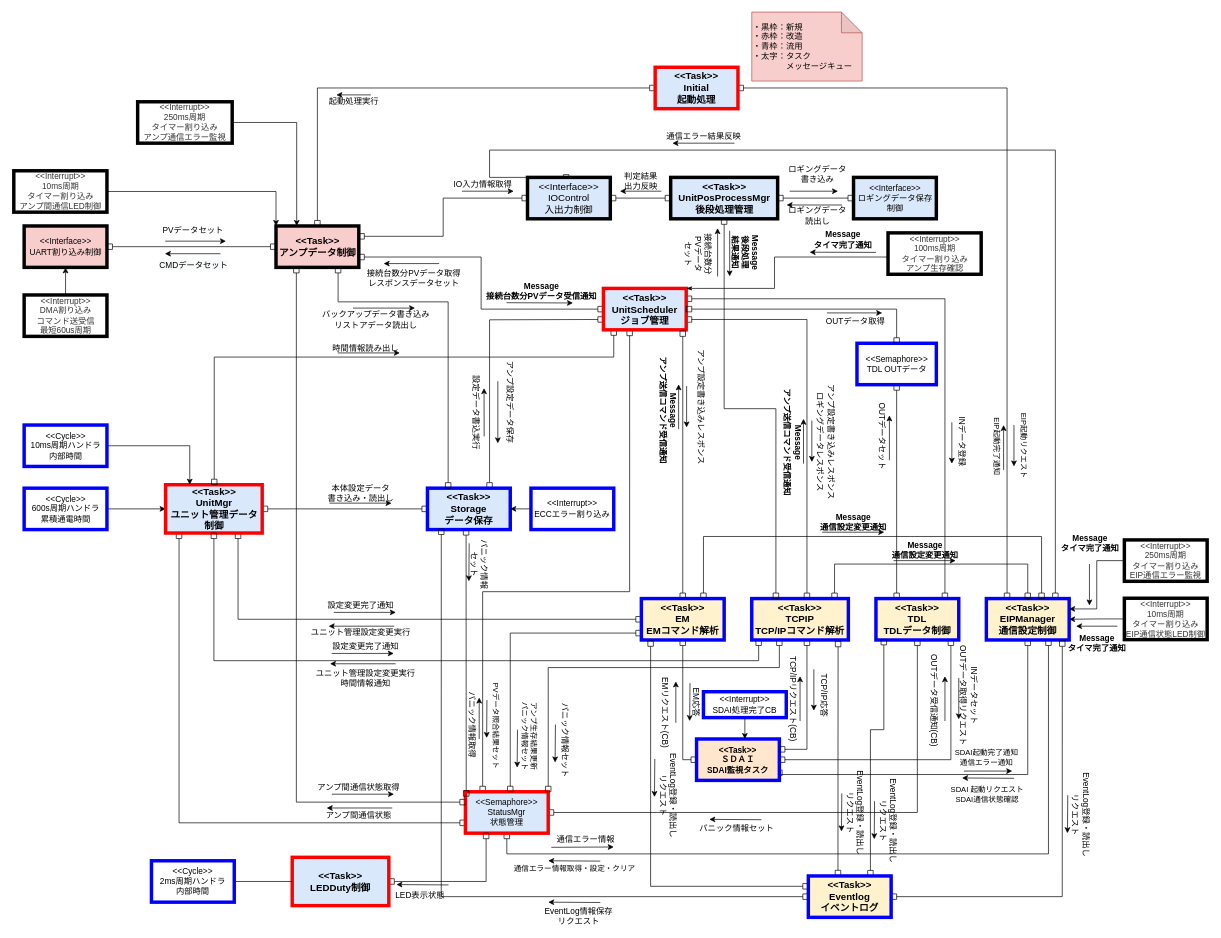
This is page "RevC_動的構造" (4 of 4) of NWユニット_アーキテクチャ図.drawio from YutaSuzukiGARI/nwunit, a draw.io file, before an edit. Source tidied: cells renumbered, new cells numbered last; positions are measured from the earlier drawing's top-left corner, leaving out a move shared by most shapes. Both pictures are drawn from the tidied source at 69%, with x=0, y=0 at pixel (13, 12).
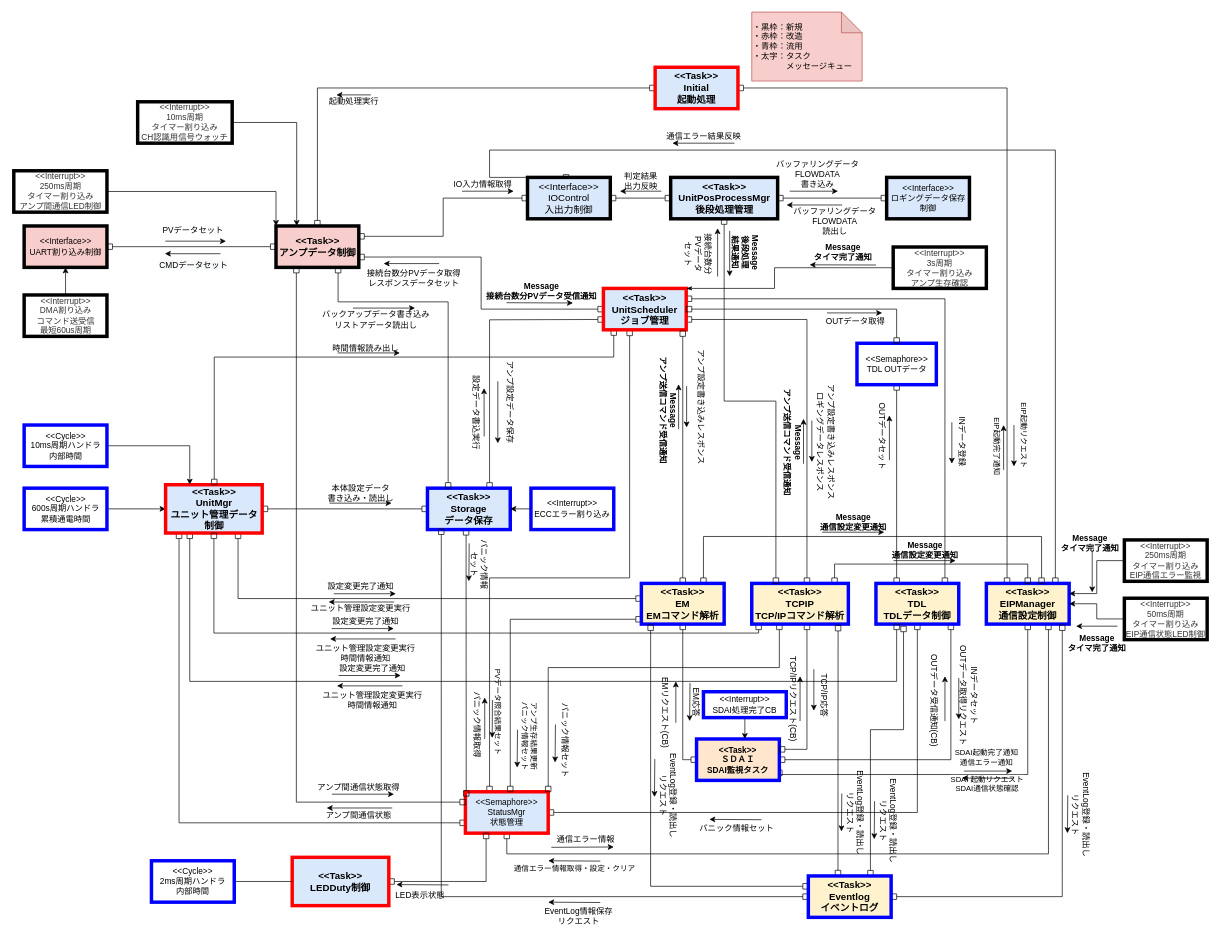
After the change.

The change refers to these unchanged cells:
```xml
<mxCell id="33" value="&amp;lt;&amp;lt;Task&amp;gt;&amp;gt;&lt;br style=&quot;font-size: 14px&quot;&gt;UnitMgr&lt;br&gt;ユニット管理データ制御" style="rounded=0;whiteSpace=wrap;html=1;fillColor=#dae8fc;strokeColor=#FF0000;strokeWidth=5;fontStyle=1;fontSize=14;" parent="1" vertex="1">
  <mxGeometry x="220.5" y="685" width="140" height="70" as="geometry" />
</mxCell>
<mxCell id="35" value="&amp;lt;&amp;lt;Semaphore&amp;gt;&amp;gt;&lt;br&gt;StatusMgr&lt;br&gt;状態管理" style="rounded=0;whiteSpace=wrap;html=1;fillColor=#dae8fc;strokeColor=#FF0000;strokeWidth=5;" parent="1" vertex="1">
  <mxGeometry x="655" y="1130" width="120" height="60" as="geometry" />
</mxCell>
<mxCell id="77" value="&lt;span style=&quot;font-size: 14px ; font-weight: 700&quot;&gt;&amp;lt;&amp;lt;Task&amp;gt;&amp;gt;&lt;/span&gt;&lt;br style=&quot;font-size: 14px ; font-weight: 700&quot;&gt;&lt;span style=&quot;font-size: 14px ; font-weight: 700&quot;&gt;UnitScheduler&lt;/span&gt;&lt;br style=&quot;font-size: 14px ; font-weight: 700&quot;&gt;&lt;span style=&quot;font-size: 14px ; font-weight: 700&quot;&gt;ジョブ管理&lt;/span&gt;" style="rounded=0;whiteSpace=wrap;html=1;fillColor=#dae8fc;strokeColor=#FF0000;strokeWidth=5;" parent="1" vertex="1">
  <mxGeometry x="855" y="400.5" width="120" height="60" as="geometry" />
</mxCell>
<mxCell id="128" value="&amp;lt;&amp;lt;Task&amp;gt;&amp;gt;&lt;br&gt;Eventlog&lt;br&gt;イベントログ" style="rounded=0;whiteSpace=wrap;html=1;fillColor=#fff2cc;strokeColor=#0000FF;strokeWidth=5;fontStyle=1;fontSize=14;" parent="1" vertex="1">
  <mxGeometry x="1152" y="1252" width="120" height="60" as="geometry" />
</mxCell>
```

What changed in the source:
```diff
@@
     <mxCell id="12" value="&amp;lt;&amp;lt;Task&amp;gt;&amp;gt;&lt;br&gt;EIPManager&lt;br style=&quot;font-size: 14px&quot;&gt;通信設定制御" style="rounded=0;whiteSpace=wrap;html=1;fillColor=#fff2cc;strokeColor=#0000FF;strokeWidth=5;fontStyle=1;fontSize=14;" parent="1" vertex="1">
-      <mxGeometry x="1410" y="850" width="120" height="60" as="geometry" />
+      <mxGeometry x="1410" y="828" width="120" height="59" as="geometry" />
     </mxCell>
     <mxCell id="13" style="edgeStyle=orthogonalEdgeStyle;rounded=0;jettySize=auto;html=1;entryX=0.75;entryY=1;entryDx=0;entryDy=0;startArrow=box;startFill=0;endArrow=box;endFill=0;" parent="1" edge="1" source="109" target="33">
-      <mxGeometry relative="1" as="geometry" />
+      <mxGeometry relative="1" as="geometry">
+        <Array as="points">
+          <mxPoint x="326" y="850" />
+        </Array>
+      </mxGeometry>
     </mxCell>
@@
     <mxCell id="17" style="edgeStyle=orthogonalEdgeStyle;rounded=0;jettySize=auto;html=1;startArrow=box;startFill=0;endArrow=box;endFill=0;exitX=0.317;exitY=1.008;exitDx=0;exitDy=0;exitPerimeter=0;" parent="1" edge="1" source="77" target="35">
       <mxGeometry relative="1" as="geometry">
         <Array as="points">
-          <mxPoint x="893" y="840" />
-          <mxPoint x="680" y="840" />
+          <mxPoint x="893" y="820" />
+          <mxPoint x="690" y="820" />
         </Array>
       </mxGeometry>
     </mxCell>
     <mxCell id="18" value="PVデータ照合結果セット" style="edgeLabel;html=1;align=center;verticalAlign=middle;rotation=90;" parent="17" vertex="1">
       <mxGeometry x="0.17" y="3" relative="1" as="geometry">
-        <mxPoint x="-56" y="190" as="offset" />
+        <mxPoint x="-39" y="190" as="offset" />
       </mxGeometry>
     </mxCell>
@@
     <mxCell id="22" value="&amp;lt;&amp;lt;Task&amp;gt;&amp;gt;&lt;br&gt;TDL&lt;br style=&quot;font-size: 14px&quot;&gt;TDLデータ制御" style="rounded=0;whiteSpace=wrap;html=1;fillColor=#fff2cc;strokeColor=#0000FF;strokeWidth=5;fontStyle=1;fontSize=14;" parent="1" vertex="1">
-      <mxGeometry x="1250" y="850" width="120" height="60" as="geometry" />
+      <mxGeometry x="1250" y="828" width="120" height="59" as="geometry" />
     </mxCell>
@@
+    <mxCell id="204" style="edgeStyle=orthogonalEdgeStyle;rounded=0;jettySize=auto;html=1;exitX=0.25;exitY=1;exitDx=0;exitDy=0;entryX=0.25;entryY=1;entryDx=0;entryDy=0;endArrow=box;endFill=0;startArrow=box;startFill=0;" parent="1" edge="1" source="33" target="22">
+      <mxGeometry relative="1" as="geometry">
+        <Array as="points">
+          <mxPoint x="256" y="970" />
+          <mxPoint x="1280" y="970" />
+        </Array>
+      </mxGeometry>
+    </mxCell>
@@
     <mxCell id="60" style="edgeStyle=orthogonalEdgeStyle;rounded=0;jettySize=auto;html=1;startArrow=box;startFill=0;endArrow=box;endFill=0;entryX=0.5;entryY=1;entryDx=0;entryDy=0;" parent="1" edge="1" source="63" target="33">
       <mxGeometry relative="1" as="geometry">
         <Array as="points">
-          <mxPoint x="1080" y="940" />
-          <mxPoint x="291" y="940" />
+          <mxPoint x="1080" y="900" />
+          <mxPoint x="290" y="900" />
         </Array>
       </mxGeometry>
     </mxCell>
@@
     <mxCell id="63" value="&amp;lt;&amp;lt;Task&amp;gt;&amp;gt;&lt;br&gt;TCPIP&lt;br style=&quot;font-size: 14px&quot;&gt;TCP/IPコマンド解析" style="rounded=0;whiteSpace=wrap;html=1;fillColor=#fff2cc;strokeColor=#0000FF;strokeWidth=5;fontStyle=1;fontSize=14;" parent="1" vertex="1">
-      <mxGeometry x="1070" y="850" width="140" height="60" as="geometry" />
+      <mxGeometry x="1070" y="828" width="140" height="59" as="geometry" />
     </mxCell>
@@
     <mxCell id="65" value="ユニット管理設定変更実行" style="text;html=1;align=center;verticalAlign=middle;" parent="1" vertex="1">
-      <mxGeometry x="423" y="890" width="160" height="20" as="geometry" />
+      <mxGeometry x="423" y="855" width="160" height="20" as="geometry" />
     </mxCell>
     <mxCell id="66" value="設定変更完了通知" style="text;html=1;align=center;verticalAlign=middle;" parent="1" vertex="1">
-      <mxGeometry x="448" y="850" width="110" height="20" as="geometry" />
+      <mxGeometry x="448" y="823" width="110" height="20" as="geometry" />
     </mxCell>
@@
     <mxCell id="81" style="endArrow=classic;html=1;fontColor=#FF3333;" parent="1" edge="1">
       <mxGeometry relative="1" as="geometry">
-        <mxPoint x="464.2" y="870" as="sourcePoint" />
-        <mxPoint x="554.2" y="870" as="targetPoint" />
+        <mxPoint x="464.2" y="843" as="sourcePoint" />
+        <mxPoint x="554.2" y="843" as="targetPoint" />
       </mxGeometry>
     </mxCell>
     <mxCell id="82" style="endArrow=classic;html=1;fontColor=#FF3333;" parent="1" edge="1">
       <mxGeometry relative="1" as="geometry">
-        <mxPoint x="551.8" y="890" as="sourcePoint" />
-        <mxPoint x="456.8" y="890" as="targetPoint" />
+        <mxPoint x="551.8" y="855" as="sourcePoint" />
+        <mxPoint x="456.8" y="855" as="targetPoint" />
       </mxGeometry>
     </mxCell>
     <mxCell id="83" value="ユニット管理設定変更実行&lt;br&gt;時間情報通知" style="text;html=1;align=center;verticalAlign=middle;" parent="1" vertex="1">
-      <mxGeometry x="430" y="950" width="160" height="30" as="geometry" />
+      <mxGeometry x="430" y="914" width="160" height="30" as="geometry" />
     </mxCell>
     <mxCell id="84" value="設定変更完了通知" style="text;html=1;align=center;verticalAlign=middle;" parent="1" vertex="1">
-      <mxGeometry x="455" y="909.5" width="110" height="20" as="geometry" />
+      <mxGeometry x="455" y="873.5" width="110" height="20" as="geometry" />
     </mxCell>
     <mxCell id="85" style="endArrow=classic;html=1;fontColor=#FF3333;" parent="1" edge="1">
       <mxGeometry relative="1" as="geometry">
-        <mxPoint x="461.2" y="929.5" as="sourcePoint" />
-        <mxPoint x="551.2" y="929.5" as="targetPoint" />
+        <mxPoint x="461.2" y="893.5" as="sourcePoint" />
+        <mxPoint x="551.2" y="893.5" as="targetPoint" />
       </mxGeometry>
     </mxCell>
     <mxCell id="86" style="endArrow=classic;html=1;fontColor=#FF3333;" parent="1" edge="1">
       <mxGeometry relative="1" as="geometry">
-        <mxPoint x="553.8" y="944.5" as="sourcePoint" />
-        <mxPoint x="458.8" y="944.5" as="targetPoint" />
+        <mxPoint x="553.8" y="908.5" as="sourcePoint" />
+        <mxPoint x="458.8" y="908.5" as="targetPoint" />
       </mxGeometry>
     </mxCell>
@@
     <mxCell id="107" style="edgeStyle=orthogonalEdgeStyle;rounded=0;jettySize=auto;html=1;startArrow=box;startFill=0;endArrow=box;endFill=0;" parent="1" edge="1" source="109" target="35">
       <mxGeometry relative="1" as="geometry">
         <Array as="points">
-          <mxPoint x="720" y="900" />
+          <mxPoint x="720" y="880" />
         </Array>
       </mxGeometry>
     </mxCell>
@@
     <mxCell id="109" value="&amp;lt;&amp;lt;Task&amp;gt;&amp;gt;&lt;br&gt;EM&lt;br style=&quot;font-size: 14px&quot;&gt;EMコマンド解析" style="rounded=0;whiteSpace=wrap;html=1;fillColor=#fff2cc;strokeColor=#0000FF;strokeWidth=5;fontStyle=1;fontSize=14;" parent="1" vertex="1">
-      <mxGeometry x="910" y="850" width="120" height="60" as="geometry" />
+      <mxGeometry x="910" y="828" width="120" height="59" as="geometry" />
     </mxCell>
     <mxCell id="110" style="endArrow=classic;html=1;fontColor=#FF3333;" parent="1" edge="1">
       <mxGeometry relative="1" as="geometry">
-        <mxPoint x="686.2" y="997" as="sourcePoint" />
-        <mxPoint x="685.8" y="1052" as="targetPoint" />
+        <mxPoint x="694.2" y="997" as="sourcePoint" />
+        <mxPoint x="693.8" y="1052" as="targetPoint" />
       </mxGeometry>
     </mxCell>
@@
-    <mxCell id="126" style="edgeStyle=orthogonalEdgeStyle;rounded=0;jettySize=auto;html=1;entryX=0.095;entryY=0.985;entryDx=0;entryDy=0;startArrow=box;startFill=0;endArrow=box;endFill=0;fontColor=#FF0000;entryPerimeter=0;exitX=0.75;exitY=0;exitDx=0;exitDy=0;" parent="1" edge="1" source="128" target="22">
+    <mxCell id="126" style="edgeStyle=orthogonalEdgeStyle;rounded=0;jettySize=auto;html=1;startArrow=box;startFill=0;endArrow=box;endFill=0;fontColor=#FF0000;exitX=0.75;exitY=0;exitDx=0;exitDy=0;entryX=0.333;entryY=1.051;entryDx=0;entryDy=0;entryPerimeter=0;" parent="1" edge="1" source="128" target="22">
       <mxGeometry relative="1" as="geometry">
         <Array as="points">
           <mxPoint x="1242" y="1040" />
-          <mxPoint x="1261" y="1040" />
+          <mxPoint x="1290" y="1040" />
         </Array>
       </mxGeometry>
     </mxCell>
@@
     <mxCell id="139" value="&amp;lt;&amp;lt;Interface&amp;gt;&amp;gt;&lt;br&gt;ロギングデータ保存制御" style="rounded=0;whiteSpace=wrap;html=1;fillColor=#dae8fc;strokeColor=#000000;strokeWidth=5;" parent="1" vertex="1">
-      <mxGeometry x="1217.5" y="239.6" width="120" height="60" as="geometry" />
+      <mxGeometry x="1265.5" y="239.6" width="120" height="60" as="geometry" />
     </mxCell>
-    <mxCell id="140" value="&lt;span style=&quot;font-family: &amp;#34;helvetica&amp;#34;&quot;&gt;ロギングデータ&lt;/span&gt;&lt;br style=&quot;font-family: &amp;#34;helvetica&amp;#34;&quot;&gt;&lt;span style=&quot;font-family: &amp;#34;helvetica&amp;#34;&quot;&gt;読出し&lt;/span&gt;" style="text;html=1;align=center;verticalAlign=middle;" parent="1" vertex="1">
-      <mxGeometry x="1115" y="280" width="100" height="30" as="geometry" />
+    <mxCell id="140" value="&lt;span style=&quot;font-family: &amp;quot;helvetica&amp;quot;&quot;&gt;バッファリングデータ&lt;/span&gt;&lt;div&gt;FLOWDATA&lt;br style=&quot;font-family: &amp;quot;helvetica&amp;quot;&quot;&gt;&lt;span style=&quot;font-family: &amp;quot;helvetica&amp;quot;&quot;&gt;読出し&lt;/span&gt;&lt;/div&gt;" style="text;html=1;align=center;verticalAlign=middle;" parent="1" vertex="1">
+      <mxGeometry x="1120" y="273" width="140" height="60" as="geometry" />
     </mxCell>
-    <mxCell id="141" value="&lt;span style=&quot;font-family: &amp;#34;helvetica&amp;#34;&quot;&gt;ロギングデータ&lt;/span&gt;&lt;br style=&quot;font-family: &amp;#34;helvetica&amp;#34;&quot;&gt;&lt;span style=&quot;font-family: &amp;#34;helvetica&amp;#34;&quot;&gt;書き込み&lt;/span&gt;" style="text;html=1;align=center;verticalAlign=middle;" parent="1" vertex="1">
-      <mxGeometry x="1115" y="220.4" width="100" height="30" as="geometry" />
+    <mxCell id="141" value="&lt;span style=&quot;font-family: &amp;quot;helvetica&amp;quot;&quot;&gt;バッファリングデータ&lt;/span&gt;&lt;div&gt;FLOWDATA&lt;br style=&quot;font-family: &amp;quot;helvetica&amp;quot;&quot;&gt;&lt;span style=&quot;font-family: &amp;quot;helvetica&amp;quot;&quot;&gt;書き込み&lt;/span&gt;&lt;/div&gt;" style="text;html=1;align=center;verticalAlign=middle;" parent="1" vertex="1">
+      <mxGeometry x="1095" y="205.4" width="140" height="60" as="geometry" />
     </mxCell>
@@
-    <mxCell id="154" value="&amp;lt;&amp;lt;Interrupt&amp;gt;&amp;gt;&lt;br&gt;10ms周期&lt;br&gt;タイマー割り込み&lt;br&gt;アンプ間通信LED制御" style="rounded=0;whiteSpace=wrap;html=1;fillColor=#FFFFFF;strokeColor=#000000;strokeWidth=5;fontColor=#333333;" parent="1" vertex="1">
+    <mxCell id="154" value="&amp;lt;&amp;lt;Interrupt&amp;gt;&amp;gt;&lt;br&gt;250ms周期&lt;br&gt;タイマー割り込み&lt;br&gt;アンプ間通信LED制御" style="rounded=0;whiteSpace=wrap;html=1;fillColor=#FFFFFF;strokeColor=#000000;strokeWidth=5;fontColor=#333333;" parent="1" vertex="1">
       <mxGeometry x="0.5" y="230" width="135" height="60" as="geometry" />
     </mxCell>
@@
-    <mxCell id="163" value="&amp;lt;&amp;lt;Interrupt&amp;gt;&amp;gt;&lt;br&gt;10ms周期&lt;br&gt;タイマー割り込み&lt;br&gt;EIP通信状態LED制御" style="rounded=0;whiteSpace=wrap;html=1;fillColor=#FFFFFF;strokeColor=#000000;strokeWidth=5;fontColor=#333333;" parent="1" vertex="1">
+    <mxCell id="163" value="&amp;lt;&amp;lt;Interrupt&amp;gt;&amp;gt;&lt;br&gt;50ms周期&lt;br&gt;タイマー割り込み&lt;br&gt;EIP通信状態LED制御" style="rounded=0;whiteSpace=wrap;html=1;fillColor=#FFFFFF;strokeColor=#000000;strokeWidth=5;fontColor=#333333;" parent="1" vertex="1">
       <mxGeometry x="1610" y="849.5" width="120" height="60" as="geometry" />
     </mxCell>
@@
     <mxCell id="166" style="edgeStyle=orthogonalEdgeStyle;rounded=0;jettySize=auto;html=1;entryX=1;entryY=0;entryDx=0;entryDy=0;fontSize=20;startArrow=none;startFill=0;endArrow=classicThin;endFill=1;" parent="1" edge="1" source="167" target="77">
       <mxGeometry relative="1" as="geometry">
         <Array as="points">
-          <mxPoint x="1103" y="355" />
+          <mxPoint x="1103" y="371" />
           <mxPoint x="1103" y="401" />
         </Array>
       </mxGeometry>
     </mxCell>
-    <mxCell id="167" value="&amp;lt;&amp;lt;Interrupt&amp;gt;&amp;gt;&lt;br&gt;100ms周期&lt;br&gt;タイマー割り込み&lt;br&gt;アンプ生存確認" style="rounded=0;whiteSpace=wrap;html=1;fillColor=#FFFFFF;strokeColor=#000000;strokeWidth=5;fontColor=#333333;" parent="1" vertex="1">
-      <mxGeometry x="1267.5" y="320" width="135" height="60" as="geometry" />
+    <mxCell id="167" value="&amp;lt;&amp;lt;Interrupt&amp;gt;&amp;gt;&lt;br&gt;3s周期&lt;br&gt;タイマー割り込み&lt;br&gt;アンプ生存確認" style="rounded=0;whiteSpace=wrap;html=1;fillColor=#FFFFFF;strokeColor=#000000;strokeWidth=5;fontColor=#333333;" parent="1" vertex="1">
+      <mxGeometry x="1275" y="340.5" width="135" height="60" as="geometry" />
     </mxCell>
@@
     <mxCell id="176" value="Message&lt;br&gt;タイマ完了通知" style="text;html=1;align=center;verticalAlign=middle;fontStyle=1;" parent="1" vertex="1">
-      <mxGeometry x="1152" y="315" width="100" height="30" as="geometry" />
+      <mxGeometry x="1152" y="333.3" width="100" height="30" as="geometry" />
     </mxCell>
     <mxCell id="177" style="endArrow=none;html=1;fontColor=#FF3333;entryX=0.899;entryY=1.017;entryDx=0;entryDy=0;entryPerimeter=0;endFill=0;startArrow=classic;startFill=1;" parent="1" edge="1">
       <mxGeometry relative="1" as="geometry">
-        <mxPoint x="1153.9" y="348" as="sourcePoint" />
-        <mxPoint x="1250.1" y="348.3" as="targetPoint" />
+        <mxPoint x="1153.9" y="366.3" as="sourcePoint" />
+        <mxPoint x="1250.1" y="366.6" as="targetPoint" />
       </mxGeometry>
     </mxCell>
@@
     <mxCell id="179" style="endArrow=none;html=1;fontColor=#FF3333;endFill=0;startArrow=classic;startFill=1;" parent="1" edge="1">
       <mxGeometry relative="1" as="geometry">
-        <mxPoint x="1559.4" y="860" as="sourcePoint" />
-        <mxPoint x="1559.4" y="800" as="targetPoint" />
+        <mxPoint x="1563.4" y="841" as="sourcePoint" />
+        <mxPoint x="1563.4" y="781" as="targetPoint" />
       </mxGeometry>
     </mxCell>
@@
-    <mxCell id="185" value="&amp;lt;&amp;lt;Interrupt&amp;gt;&amp;gt;&lt;br&gt;250ms周期&lt;br&gt;タイマー割り込み&lt;br&gt;アンプ通信エラー監視" style="rounded=0;whiteSpace=wrap;html=1;fillColor=#FFFFFF;strokeColor=#000000;strokeWidth=5;fontColor=#333333;" parent="1" vertex="1">
+    <mxCell id="185" value="&amp;lt;&amp;lt;Interrupt&amp;gt;&amp;gt;&lt;br&gt;10ms周期&lt;br&gt;タイマー割り込み&lt;br&gt;&lt;div&gt;CH認識用信号ウォッチ&lt;/div&gt;" style="rounded=0;whiteSpace=wrap;html=1;fillColor=#FFFFFF;strokeColor=#000000;strokeWidth=5;fontColor=#333333;" parent="1" vertex="1">
       <mxGeometry x="180" y="130" width="137" height="60" as="geometry" />
     </mxCell>
@@
     <mxCell id="194" value="パニック情報取得" style="text;html=1;align=center;verticalAlign=middle;rotation=90;" parent="1" vertex="1">
-      <mxGeometry x="610" y="1022.5" width="110" height="20" as="geometry" />
+      <mxGeometry x="618" y="1022.5" width="110" height="20" as="geometry" />
     </mxCell>
     <mxCell id="195" style="endArrow=classic;html=1;fontColor=#FF3333;" parent="1" edge="1">
       <mxGeometry relative="1" as="geometry">
-        <mxPoint x="675" y="1053.5" as="sourcePoint" />
-        <mxPoint x="675" y="993.5" as="targetPoint" />
+        <mxPoint x="683" y="1053.5" as="sourcePoint" />
+        <mxPoint x="683" y="993.5" as="targetPoint" />
       </mxGeometry>
     </mxCell>
@@
+    <mxCell id="205" value="ユニット管理設定変更実行&lt;br&gt;時間情報通知" style="text;html=1;align=center;verticalAlign=middle;" parent="1" vertex="1">
+      <mxGeometry x="440" y="982" width="160" height="30" as="geometry" />
+    </mxCell>
+    <mxCell id="206" value="設定変更完了通知" style="text;html=1;align=center;verticalAlign=middle;" parent="1" vertex="1">
+      <mxGeometry x="465" y="941.5" width="110" height="20" as="geometry" />
+    </mxCell>
+    <mxCell id="207" style="endArrow=classic;html=1;fontColor=#FF3333;" parent="1" edge="1">
+      <mxGeometry relative="1" as="geometry">
+        <mxPoint x="471.2" y="961.5" as="sourcePoint" />
+        <mxPoint x="561.2" y="961.5" as="targetPoint" />
+      </mxGeometry>
+    </mxCell>
+    <mxCell id="208" style="endArrow=classic;html=1;fontColor=#FF3333;" parent="1" edge="1">
+      <mxGeometry relative="1" as="geometry">
+        <mxPoint x="563.8" y="976.5" as="sourcePoint" />
+        <mxPoint x="468.8" y="976.5" as="targetPoint" />
+      </mxGeometry>
+    </mxCell>
```
